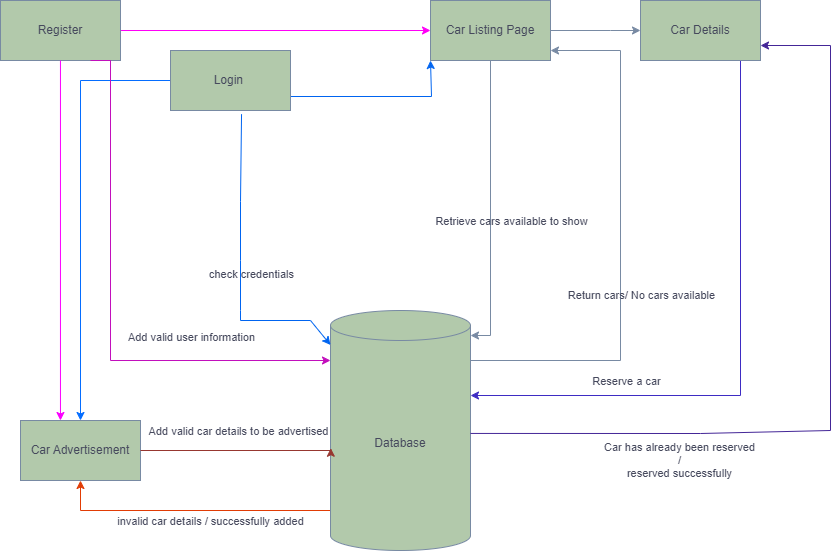
This is design/High level description/high level description.png from AshrqatElbidwehy/Car-Purshasing-Web-Application-, a draw.io export, as it was before one commit. Source tidied: cells renumbered, new cells last; positions are measured from the earlier drawing's top-left corner, leaving out a move shared by most shapes. Its diagram source:
```xml
<mxGraphModel>
  <root>
    <mxCell id="0" />
    <mxCell id="1" parent="0" />
    <mxCell id="2" style="edgeStyle=orthogonalEdgeStyle;rounded=0;orthogonalLoop=1;jettySize=auto;html=1;entryX=0;entryY=0.75;entryDx=0;entryDy=0;labelBackgroundColor=none;strokeColor=#0064f0;fontColor=default;" parent="1" edge="1">
      <mxGeometry relative="1" as="geometry">
        <mxPoint x="290" y="95" as="sourcePoint" />
        <mxPoint x="430" y="60" as="targetPoint" />
        <Array as="points">
          <mxPoint x="290" y="96" />
          <mxPoint x="431" y="96" />
        </Array>
      </mxGeometry>
    </mxCell>
    <mxCell id="3" style="edgeStyle=orthogonalEdgeStyle;rounded=0;jettySize=auto;html=1;labelBackgroundColor=none;strokeColor=#056dff;fontColor=default;" parent="1" edge="1" source="4" target="25">
      <mxGeometry relative="1" as="geometry" />
    </mxCell>
    <mxCell id="4" value="Login&amp;nbsp;" style="rounded=0;whiteSpace=wrap;html=1;labelBackgroundColor=none;fillColor=#B2C9AB;strokeColor=#788AA3;fontColor=#46495D;" parent="1" vertex="1">
      <mxGeometry x="170" y="50" width="120" height="60" as="geometry" />
    </mxCell>
    <mxCell id="5" style="edgeStyle=orthogonalEdgeStyle;rounded=0;jettySize=auto;html=1;labelBackgroundColor=none;strokeColor=#788AA3;fontColor=default;exitX=0.993;exitY=0.229;exitDx=0;exitDy=0;exitPerimeter=0;" parent="1" edge="1" source="9">
      <mxGeometry relative="1" as="geometry">
        <mxPoint x="550" y="50" as="targetPoint" />
        <Array as="points">
          <mxPoint x="469" y="360" />
          <mxPoint x="620" y="360" />
          <mxPoint x="620" y="50" />
        </Array>
      </mxGeometry>
    </mxCell>
    <mxCell id="6" value="Return cars/ No cars available" style="edgeLabel;html=1;align=center;verticalAlign=middle;labelBackgroundColor=none;fontColor=#46495D;" parent="5" vertex="1">
      <mxGeometry x="-0.03" y="-1" relative="1" as="geometry">
        <mxPoint x="19" y="40" as="offset" />
      </mxGeometry>
    </mxCell>
    <mxCell id="7" style="edgeStyle=orthogonalEdgeStyle;rounded=0;jettySize=auto;html=1;entryX=0.5;entryY=1;entryDx=0;entryDy=0;strokeColor=#e13c05;fontColor=#46495D;fillColor=#B2C9AB;" parent="1" edge="1" source="9" target="25">
      <mxGeometry relative="1" as="geometry">
        <Array as="points">
          <mxPoint x="80" y="510" />
        </Array>
      </mxGeometry>
    </mxCell>
    <mxCell id="8" value="invalid car details / successfully added" style="edgeLabel;html=1;align=center;verticalAlign=middle;strokeColor=#788AA3;fontColor=#46495D;fillColor=#B2C9AB;" parent="7" vertex="1">
      <mxGeometry x="-0.14" y="3" relative="1" as="geometry">
        <mxPoint y="7" as="offset" />
      </mxGeometry>
    </mxCell>
    <mxCell id="9" value="Database" style="shape=cylinder3;whiteSpace=wrap;html=1;boundedLbl=1;backgroundOutline=1;size=15;labelBackgroundColor=none;fillColor=#B2C9AB;strokeColor=#788AA3;fontColor=#46495D;" parent="1" vertex="1">
      <mxGeometry x="330" y="310" width="140" height="240" as="geometry" />
    </mxCell>
    <mxCell id="10" style="endArrow=classic;html=1;rounded=0;exitX=0.592;exitY=1.061;exitDx=0;exitDy=0;exitPerimeter=0;labelBackgroundColor=none;strokeColor=#0064f0;fontColor=default;" parent="1" edge="1" source="4" target="9">
      <mxGeometry relative="1" as="geometry">
        <Array as="points">
          <mxPoint x="240" y="201" />
          <mxPoint x="240" y="260" />
          <mxPoint x="240" y="310" />
          <mxPoint x="240" y="320" />
          <mxPoint x="310" y="320" />
        </Array>
      </mxGeometry>
    </mxCell>
    <mxCell id="11" value="check credentials" style="edgeLabel;html=1;align=center;verticalAlign=middle;labelBackgroundColor=none;fontColor=#46495D;" parent="10" vertex="1">
      <mxGeometry x="0.26" y="-2" relative="1" as="geometry">
        <mxPoint x="12" y="-34" as="offset" />
      </mxGeometry>
    </mxCell>
    <mxCell id="12" style="edgeStyle=orthogonalEdgeStyle;rounded=0;jettySize=auto;html=1;entryX=0;entryY=0.5;entryDx=0;entryDy=0;labelBackgroundColor=none;strokeColor=#ff00f7;fontColor=default;" parent="1" edge="1" source="13" target="19">
      <mxGeometry relative="1" as="geometry" />
    </mxCell>
    <mxCell id="13" value="Register" style="rounded=0;whiteSpace=wrap;html=1;labelBackgroundColor=none;fillColor=#B2C9AB;strokeColor=#788AA3;fontColor=#46495D;" parent="1" vertex="1">
      <mxGeometry width="120" height="60" as="geometry" />
    </mxCell>
    <mxCell id="14" style="edgeStyle=orthogonalEdgeStyle;rounded=0;jettySize=auto;html=1;labelBackgroundColor=none;strokeColor=#c20fbc;fontColor=default;" parent="1" edge="1" target="9">
      <mxGeometry relative="1" as="geometry">
        <mxPoint x="90" y="60" as="sourcePoint" />
        <Array as="points">
          <mxPoint x="110" y="60" />
          <mxPoint x="110" y="360" />
        </Array>
      </mxGeometry>
    </mxCell>
    <mxCell id="15" value="Add valid user information" style="edgeLabel;html=1;align=center;verticalAlign=middle;labelBackgroundColor=none;fontColor=#46495D;" parent="14" vertex="1">
      <mxGeometry x="-0.07" y="2" relative="1" as="geometry">
        <mxPoint x="78" y="44" as="offset" />
      </mxGeometry>
    </mxCell>
    <mxCell id="16" style="edgeStyle=orthogonalEdgeStyle;rounded=0;orthogonalLoop=1;jettySize=auto;html=1;entryX=1;entryY=0;entryDx=0;entryDy=15;entryPerimeter=0;labelBackgroundColor=none;strokeColor=#788AA3;fontColor=default;" parent="1" edge="1">
      <mxGeometry relative="1" as="geometry">
        <mxPoint x="490" y="60" as="sourcePoint" />
        <mxPoint x="470" y="335" as="targetPoint" />
        <Array as="points">
          <mxPoint x="490" y="335" />
        </Array>
      </mxGeometry>
    </mxCell>
    <mxCell id="17" value="Retrieve cars available to show" style="edgeLabel;html=1;align=center;verticalAlign=middle;labelBackgroundColor=none;fontColor=#46495D;" parent="16" vertex="1">
      <mxGeometry x="0.11" y="1" relative="1" as="geometry">
        <mxPoint x="19" y="-3" as="offset" />
      </mxGeometry>
    </mxCell>
    <mxCell id="18" style="edgeStyle=orthogonalEdgeStyle;rounded=0;jettySize=auto;html=1;labelBackgroundColor=none;strokeColor=#788AA3;fontColor=default;" parent="1" edge="1" source="19" target="22">
      <mxGeometry relative="1" as="geometry">
        <Array as="points">
          <mxPoint x="610" y="30" />
          <mxPoint x="610" y="30" />
        </Array>
      </mxGeometry>
    </mxCell>
    <mxCell id="19" value="Car Listing Page" style="rounded=0;whiteSpace=wrap;html=1;labelBackgroundColor=none;fillColor=#B2C9AB;strokeColor=#788AA3;fontColor=#46495D;" parent="1" vertex="1">
      <mxGeometry x="430" width="120" height="60" as="geometry" />
    </mxCell>
    <mxCell id="20" style="edgeStyle=orthogonalEdgeStyle;rounded=0;jettySize=auto;html=1;labelBackgroundColor=none;strokeColor=#3e2cc3;fontColor=default;" parent="1" edge="1" source="22" target="9">
      <mxGeometry relative="1" as="geometry">
        <Array as="points">
          <mxPoint x="740" y="395" />
        </Array>
      </mxGeometry>
    </mxCell>
    <mxCell id="21" value="Reserve a car" style="edgeLabel;html=1;align=center;verticalAlign=middle;labelBackgroundColor=none;fontColor=#46495D;" parent="20" vertex="1">
      <mxGeometry x="0.57" y="1" relative="1" as="geometry">
        <mxPoint x="25" y="-16" as="offset" />
      </mxGeometry>
    </mxCell>
    <mxCell id="22" value="Car Details" style="rounded=0;whiteSpace=wrap;html=1;labelBackgroundColor=none;fillColor=#B2C9AB;strokeColor=#788AA3;fontColor=#46495D;" parent="1" vertex="1">
      <mxGeometry x="640" width="120" height="60" as="geometry" />
    </mxCell>
    <mxCell id="23" style="endArrow=classic;html=1;rounded=0;exitX=1.002;exitY=0.782;exitDx=0;exitDy=0;exitPerimeter=0;labelBackgroundColor=none;strokeColor=#442697;fontColor=default;entryX=1;entryY=0.75;entryDx=0;entryDy=0;" parent="1" edge="1" target="22">
      <mxGeometry relative="1" as="geometry">
        <mxPoint x="470" y="432.9" as="sourcePoint" />
        <Array as="points">
          <mxPoint x="700" y="433" />
          <mxPoint x="830" y="430" />
          <mxPoint x="830" y="45" />
        </Array>
      </mxGeometry>
    </mxCell>
    <mxCell id="24" value="Car has already been reserved&lt;br&gt;/&lt;br&gt;reserved successfully" style="edgeLabel;html=1;align=center;verticalAlign=middle;labelBackgroundColor=none;fontColor=#46495D;" parent="23" vertex="1">
      <mxGeometry x="-0.36" y="-1" relative="1" as="geometry">
        <mxPoint x="-54" y="26" as="offset" />
      </mxGeometry>
    </mxCell>
    <mxCell id="25" value="Car Advertisement" style="rounded=0;whiteSpace=wrap;html=1;labelBackgroundColor=none;fillColor=#B2C9AB;strokeColor=#788AA3;fontColor=#46495D;" parent="1" vertex="1">
      <mxGeometry x="20" y="420" width="120" height="60" as="geometry" />
    </mxCell>
    <mxCell id="26" style="edgeStyle=orthogonalEdgeStyle;rounded=0;jettySize=auto;html=1;entryX=0.333;entryY=0;entryDx=0;entryDy=0;entryPerimeter=0;labelBackgroundColor=none;strokeColor=#fb00ff;fontColor=default;" parent="1" edge="1" source="13" target="25">
      <mxGeometry relative="1" as="geometry" />
    </mxCell>
    <mxCell id="27" style="edgeStyle=orthogonalEdgeStyle;rounded=0;jettySize=auto;html=1;entryX=0.002;entryY=0.574;entryDx=0;entryDy=0;entryPerimeter=0;strokeColor=#973730;fontColor=#46495D;fillColor=#B2C9AB;" parent="1" edge="1" source="25" target="9">
      <mxGeometry relative="1" as="geometry">
        <Array as="points">
          <mxPoint x="330" y="450" />
        </Array>
      </mxGeometry>
    </mxCell>
    <mxCell id="28" value="Add valid car details to be advertised" style="edgeLabel;html=1;align=center;verticalAlign=middle;strokeColor=#788AA3;fontColor=#46495D;fillColor=#B2C9AB;" parent="27" vertex="1">
      <mxGeometry x="0.01" y="-4" relative="1" as="geometry">
        <mxPoint y="-24" as="offset" />
      </mxGeometry>
    </mxCell>
  </root>
</mxGraphModel>
```
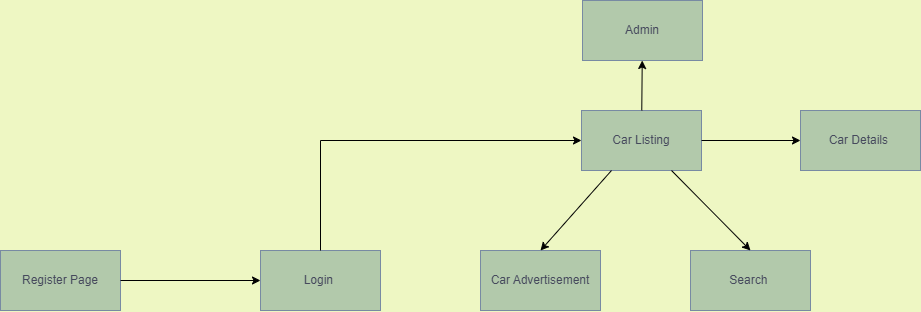
After the change.

Commit message:
High level description update

Updating High level description

What changed in the source:
```diff
@@ -1,161 +1,52 @@
-<mxGraphModel>
+<mxGraphModel background="#EEF7C3">
   <root>
     <mxCell id="0" />
     <mxCell id="1" parent="0" />
-    <mxCell id="2" style="edgeStyle=orthogonalEdgeStyle;rounded=0;orthogonalLoop=1;jettySize=auto;html=1;entryX=0;entryY=0.75;entryDx=0;entryDy=0;labelBackgroundColor=none;strokeColor=#0064f0;fontColor=default;" parent="1" edge="1">
-      <mxGeometry relative="1" as="geometry">
-        <mxPoint x="290" y="95" as="sourcePoint" />
-        <mxPoint x="430" y="60" as="targetPoint" />
-        <Array as="points">
-          <mxPoint x="290" y="96" />
-          <mxPoint x="431" y="96" />
-        </Array>
-      </mxGeometry>
-    </mxCell>
-    <mxCell id="3" style="edgeStyle=orthogonalEdgeStyle;rounded=0;jettySize=auto;html=1;labelBackgroundColor=none;strokeColor=#056dff;fontColor=default;" parent="1" edge="1" source="4" target="25">
-      <mxGeometry relative="1" as="geometry" />
-    </mxCell>
     <mxCell id="4" value="Login&amp;nbsp;" style="rounded=0;whiteSpace=wrap;html=1;labelBackgroundColor=none;fillColor=#B2C9AB;strokeColor=#788AA3;fontColor=#46495D;" parent="1" vertex="1">
-      <mxGeometry x="170" y="50" width="120" height="60" as="geometry" />
+      <mxGeometry x="220" y="140" width="120" height="60" as="geometry" />
     </mxCell>
-    <mxCell id="5" style="edgeStyle=orthogonalEdgeStyle;rounded=0;jettySize=auto;html=1;labelBackgroundColor=none;strokeColor=#788AA3;fontColor=default;exitX=0.993;exitY=0.229;exitDx=0;exitDy=0;exitPerimeter=0;" parent="1" edge="1" source="9">
-      <mxGeometry relative="1" as="geometry">
-        <mxPoint x="550" y="50" as="targetPoint" />
-        <Array as="points">
-          <mxPoint x="469" y="360" />
-          <mxPoint x="620" y="360" />
-          <mxPoint x="620" y="50" />
-        </Array>
-      </mxGeometry>
-    </mxCell>
-    <mxCell id="6" value="Return cars/ No cars available" style="edgeLabel;html=1;align=center;verticalAlign=middle;labelBackgroundColor=none;fontColor=#46495D;" parent="5" vertex="1">
-      <mxGeometry x="-0.03" y="-1" relative="1" as="geometry">
-        <mxPoint x="19" y="40" as="offset" />
-      </mxGeometry>
-    </mxCell>
-    <mxCell id="7" style="edgeStyle=orthogonalEdgeStyle;rounded=0;jettySize=auto;html=1;entryX=0.5;entryY=1;entryDx=0;entryDy=0;strokeColor=#e13c05;fontColor=#46495D;fillColor=#B2C9AB;" parent="1" edge="1" source="9" target="25">
-      <mxGeometry relative="1" as="geometry">
-        <Array as="points">
-          <mxPoint x="80" y="510" />
-        </Array>
-      </mxGeometry>
-    </mxCell>
-    <mxCell id="8" value="invalid car details / successfully added" style="edgeLabel;html=1;align=center;verticalAlign=middle;strokeColor=#788AA3;fontColor=#46495D;fillColor=#B2C9AB;" parent="7" vertex="1">
-      <mxGeometry x="-0.14" y="3" relative="1" as="geometry">
-        <mxPoint y="7" as="offset" />
-      </mxGeometry>
-    </mxCell>
-    <mxCell id="9" value="Database" style="shape=cylinder3;whiteSpace=wrap;html=1;boundedLbl=1;backgroundOutline=1;size=15;labelBackgroundColor=none;fillColor=#B2C9AB;strokeColor=#788AA3;fontColor=#46495D;" parent="1" vertex="1">
-      <mxGeometry x="330" y="310" width="140" height="240" as="geometry" />
-    </mxCell>
-    <mxCell id="10" style="endArrow=classic;html=1;rounded=0;exitX=0.592;exitY=1.061;exitDx=0;exitDy=0;exitPerimeter=0;labelBackgroundColor=none;strokeColor=#0064f0;fontColor=default;" parent="1" edge="1" source="4" target="9">
-      <mxGeometry relative="1" as="geometry">
-        <Array as="points">
-          <mxPoint x="240" y="201" />
-          <mxPoint x="240" y="260" />
-          <mxPoint x="240" y="310" />
-          <mxPoint x="240" y="320" />
-          <mxPoint x="310" y="320" />
-        </Array>
-      </mxGeometry>
-    </mxCell>
-    <mxCell id="11" value="check credentials" style="edgeLabel;html=1;align=center;verticalAlign=middle;labelBackgroundColor=none;fontColor=#46495D;" parent="10" vertex="1">
-      <mxGeometry x="0.26" y="-2" relative="1" as="geometry">
-        <mxPoint x="12" y="-34" as="offset" />
-      </mxGeometry>
-    </mxCell>
-    <mxCell id="12" style="edgeStyle=orthogonalEdgeStyle;rounded=0;jettySize=auto;html=1;entryX=0;entryY=0.5;entryDx=0;entryDy=0;labelBackgroundColor=none;strokeColor=#ff00f7;fontColor=default;" parent="1" edge="1" source="13" target="19">
-      <mxGeometry relative="1" as="geometry" />
-    </mxCell>
-    <mxCell id="13" value="Register" style="rounded=0;whiteSpace=wrap;html=1;labelBackgroundColor=none;fillColor=#B2C9AB;strokeColor=#788AA3;fontColor=#46495D;" parent="1" vertex="1">
-      <mxGeometry width="120" height="60" as="geometry" />
+    <mxCell id="13" value="Register Page" style="rounded=0;whiteSpace=wrap;html=1;labelBackgroundColor=none;fillColor=#B2C9AB;strokeColor=#788AA3;fontColor=#46495D;" parent="1" vertex="1">
+      <mxGeometry x="-40" y="140" width="120" height="60" as="geometry" />
     </mxCell>
-    <mxCell id="14" style="edgeStyle=orthogonalEdgeStyle;rounded=0;jettySize=auto;html=1;labelBackgroundColor=none;strokeColor=#c20fbc;fontColor=default;" parent="1" edge="1" target="9">
-      <mxGeometry relative="1" as="geometry">
-        <mxPoint x="90" y="60" as="sourcePoint" />
-        <Array as="points">
-          <mxPoint x="110" y="60" />
-          <mxPoint x="110" y="360" />
-        </Array>
-      </mxGeometry>
-    </mxCell>
-    <mxCell id="15" value="Add valid user information" style="edgeLabel;html=1;align=center;verticalAlign=middle;labelBackgroundColor=none;fontColor=#46495D;" parent="14" vertex="1">
-      <mxGeometry x="-0.07" y="2" relative="1" as="geometry">
-        <mxPoint x="78" y="44" as="offset" />
-      </mxGeometry>
-    </mxCell>
-    <mxCell id="16" style="edgeStyle=orthogonalEdgeStyle;rounded=0;orthogonalLoop=1;jettySize=auto;html=1;entryX=1;entryY=0;entryDx=0;entryDy=15;entryPerimeter=0;labelBackgroundColor=none;strokeColor=#788AA3;fontColor=default;" parent="1" edge="1">
-      <mxGeometry relative="1" as="geometry">
-        <mxPoint x="490" y="60" as="sourcePoint" />
-        <mxPoint x="470" y="335" as="targetPoint" />
-        <Array as="points">
-          <mxPoint x="490" y="335" />
-        </Array>
-      </mxGeometry>
-    </mxCell>
-    <mxCell id="17" value="Retrieve cars available to show" style="edgeLabel;html=1;align=center;verticalAlign=middle;labelBackgroundColor=none;fontColor=#46495D;" parent="16" vertex="1">
-      <mxGeometry x="0.11" y="1" relative="1" as="geometry">
-        <mxPoint x="19" y="-3" as="offset" />
-      </mxGeometry>
-    </mxCell>
+    <mxCell id="19" value="Car Listing" style="rounded=0;whiteSpace=wrap;html=1;labelBackgroundColor=none;fillColor=#B2C9AB;strokeColor=#788AA3;fontColor=#46495D;" parent="1" vertex="1">
+      <mxGeometry x="541" width="120" height="60" as="geometry" />
+    </mxCell>
+    <mxCell id="22" value="Car Details&amp;nbsp;" style="rounded=0;whiteSpace=wrap;html=1;labelBackgroundColor=none;fillColor=#B2C9AB;strokeColor=#788AA3;fontColor=#46495D;" parent="1" vertex="1">
+      <mxGeometry x="760" width="120" height="60" as="geometry" />
+    </mxCell>
+    <mxCell id="25" value="Car Advertisement" style="rounded=0;whiteSpace=wrap;html=1;labelBackgroundColor=none;fillColor=#B2C9AB;strokeColor=#788AA3;fontColor=#46495D;" parent="1" vertex="1">
+      <mxGeometry x="440" y="140" width="120" height="60" as="geometry" />
+    </mxCell>
+    <mxCell id="29" value="Search&amp;nbsp;" style="rounded=0;whiteSpace=wrap;html=1;labelBackgroundColor=none;fillColor=#B2C9AB;strokeColor=#788AA3;fontColor=#46495D;" parent="1" vertex="1">
+      <mxGeometry x="650" y="140" width="120" height="60" as="geometry" />
+    </mxCell>
+    <mxCell id="30" value="Admin" style="rounded=0;whiteSpace=wrap;html=1;labelBackgroundColor=none;fillColor=#B2C9AB;strokeColor=#788AA3;fontColor=#46495D;" parent="1" vertex="1">
+      <mxGeometry x="542" y="-110" width="120" height="60" as="geometry" />
+    </mxCell>
+    <mxCell id="31" style="endArrow=classic;html=1;rounded=0;entryX=0.5;entryY=0;entryDx=0;entryDy=0;exitX=0.25;exitY=1;exitDx=0;exitDy=0;" parent="1" edge="1" source="19" target="25">
+      <mxGeometry relative="1" as="geometry" />
+    </mxCell>
+    <mxCell id="32" style="endArrow=classic;html=1;rounded=0;" parent="1" edge="1" source="19" target="30">
+      <mxGeometry relative="1" as="geometry" />
+    </mxCell>
+    <mxCell id="33" style="endArrow=classic;html=1;rounded=0;entryX=0;entryY=0.5;entryDx=0;entryDy=0;" parent="1" edge="1" target="19">
+      <mxGeometry relative="1" as="geometry">
+        <mxPoint x="280" y="30" as="sourcePoint" />
+      </mxGeometry>
+    </mxCell>
+    <mxCell id="34" style="endArrow=classic;html=1;rounded=0;entryX=0.5;entryY=0;entryDx=0;entryDy=0;exitX=0.75;exitY=1;exitDx=0;exitDy=0;" parent="1" edge="1" source="19" target="29">
+      <mxGeometry relative="1" as="geometry" />
+    </mxCell>
+    <mxCell id="35" style="endArrow=classic;html=1;rounded=0;exitX=1;exitY=0.5;exitDx=0;exitDy=0;entryX=0;entryY=0.5;entryDx=0;entryDy=0;" parent="1" edge="1" source="13" target="4">
+      <mxGeometry relative="1" as="geometry" />
+    </mxCell>
-    <mxCell id="18" style="edgeStyle=orthogonalEdgeStyle;rounded=0;jettySize=auto;html=1;labelBackgroundColor=none;strokeColor=#788AA3;fontColor=default;" parent="1" edge="1" source="19" target="22">
-      <mxGeometry relative="1" as="geometry">
-        <Array as="points">
-          <mxPoint x="610" y="30" />
-          <mxPoint x="610" y="30" />
-        </Array>
-      </mxGeometry>
+    <mxCell id="18" style="endArrow=classic;html=1;rounded=0;entryX=0;entryY=0.5;entryDx=0;entryDy=0;exitX=1;exitY=0.5;exitDx=0;exitDy=0;" parent="1" edge="1" source="19" target="22">
+      <mxGeometry relative="1" as="geometry" />
     </mxCell>
-    <mxCell id="19" value="Car Listing Page" style="rounded=0;whiteSpace=wrap;html=1;labelBackgroundColor=none;fillColor=#B2C9AB;strokeColor=#788AA3;fontColor=#46495D;" parent="1" vertex="1">
-      <mxGeometry x="430" width="120" height="60" as="geometry" />
-    </mxCell>
-    <mxCell id="20" style="edgeStyle=orthogonalEdgeStyle;rounded=0;jettySize=auto;html=1;labelBackgroundColor=none;strokeColor=#3e2cc3;fontColor=default;" parent="1" edge="1" source="22" target="9">
-      <mxGeometry relative="1" as="geometry">
-        <Array as="points">
-          <mxPoint x="740" y="395" />
-        </Array>
-      </mxGeometry>
-    </mxCell>
-    <mxCell id="21" value="Reserve a car" style="edgeLabel;html=1;align=center;verticalAlign=middle;labelBackgroundColor=none;fontColor=#46495D;" parent="20" vertex="1">
-      <mxGeometry x="0.57" y="1" relative="1" as="geometry">
-        <mxPoint x="25" y="-16" as="offset" />
-      </mxGeometry>
-    </mxCell>
-    <mxCell id="22" value="Car Details" style="rounded=0;whiteSpace=wrap;html=1;labelBackgroundColor=none;fillColor=#B2C9AB;strokeColor=#788AA3;fontColor=#46495D;" parent="1" vertex="1">
-      <mxGeometry x="640" width="120" height="60" as="geometry" />
-    </mxCell>
-    <mxCell id="23" style="endArrow=classic;html=1;rounded=0;exitX=1.002;exitY=0.782;exitDx=0;exitDy=0;exitPerimeter=0;labelBackgroundColor=none;strokeColor=#442697;fontColor=default;entryX=1;entryY=0.75;entryDx=0;entryDy=0;" parent="1" edge="1" target="22">
-      <mxGeometry relative="1" as="geometry">
-        <mxPoint x="470" y="432.9" as="sourcePoint" />
-        <Array as="points">
-          <mxPoint x="700" y="433" />
-          <mxPoint x="830" y="430" />
-          <mxPoint x="830" y="45" />
-        </Array>
-      </mxGeometry>
-    </mxCell>
-    <mxCell id="24" value="Car has already been reserved&lt;br&gt;/&lt;br&gt;reserved successfully" style="edgeLabel;html=1;align=center;verticalAlign=middle;labelBackgroundColor=none;fontColor=#46495D;" parent="23" vertex="1">
-      <mxGeometry x="-0.36" y="-1" relative="1" as="geometry">
-        <mxPoint x="-54" y="26" as="offset" />
-      </mxGeometry>
-    </mxCell>
-    <mxCell id="25" value="Car Advertisement" style="rounded=0;whiteSpace=wrap;html=1;labelBackgroundColor=none;fillColor=#B2C9AB;strokeColor=#788AA3;fontColor=#46495D;" parent="1" vertex="1">
-      <mxGeometry x="20" y="420" width="120" height="60" as="geometry" />
-    </mxCell>
-    <mxCell id="26" style="edgeStyle=orthogonalEdgeStyle;rounded=0;jettySize=auto;html=1;entryX=0.333;entryY=0;entryDx=0;entryDy=0;entryPerimeter=0;labelBackgroundColor=none;strokeColor=#fb00ff;fontColor=default;" parent="1" edge="1" source="13" target="25">
-      <mxGeometry relative="1" as="geometry" />
-    </mxCell>
-    <mxCell id="27" style="edgeStyle=orthogonalEdgeStyle;rounded=0;jettySize=auto;html=1;entryX=0.002;entryY=0.574;entryDx=0;entryDy=0;entryPerimeter=0;strokeColor=#973730;fontColor=#46495D;fillColor=#B2C9AB;" parent="1" edge="1" source="25" target="9">
-      <mxGeometry relative="1" as="geometry">
-        <Array as="points">
-          <mxPoint x="330" y="450" />
-        </Array>
-      </mxGeometry>
-    </mxCell>
-    <mxCell id="28" value="Add valid car details to be advertised" style="edgeLabel;html=1;align=center;verticalAlign=middle;strokeColor=#788AA3;fontColor=#46495D;fillColor=#B2C9AB;" parent="27" vertex="1">
-      <mxGeometry x="0.01" y="-4" relative="1" as="geometry">
-        <mxPoint y="-24" as="offset" />
-      </mxGeometry>
-    </mxCell>
+    <mxCell id="36" style="endArrow=none;html=1;rounded=0;exitX=0.5;exitY=0;exitDx=0;exitDy=0;" parent="1" edge="1" source="4">
+      <mxGeometry relative="1" as="geometry">
+        <mxPoint x="280" y="30" as="targetPoint" />
+      </mxGeometry>
+    </mxCell>
   </root>
 </mxGraphModel>
```
